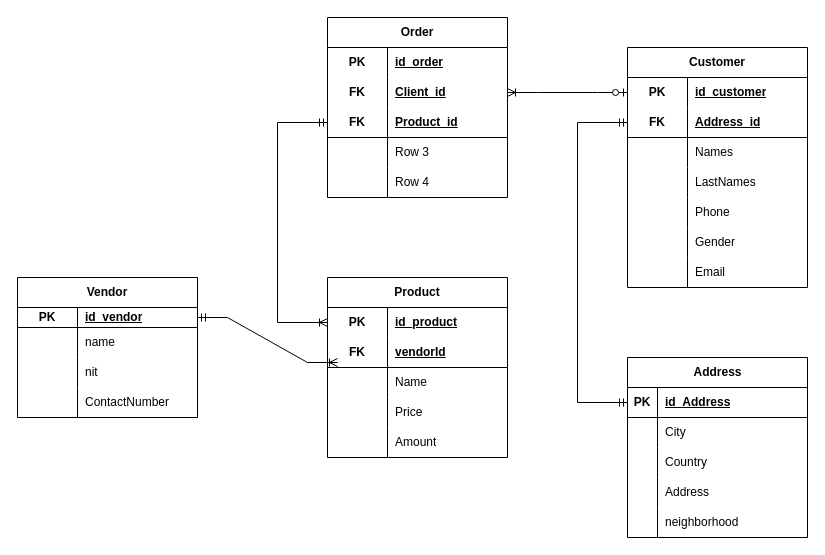
Before: Diagrama sin título.drawio in MariaMarL/ERD_hacking, a draw.io diagram. Source tidied: cells renumbered, new cells numbered last; positions are measured from the earlier drawing's top-left corner, leaving out a move shared by most shapes. Both pictures are drawn from the tidied source at 100%, with x=0, y=0 at pixel (17, 17).
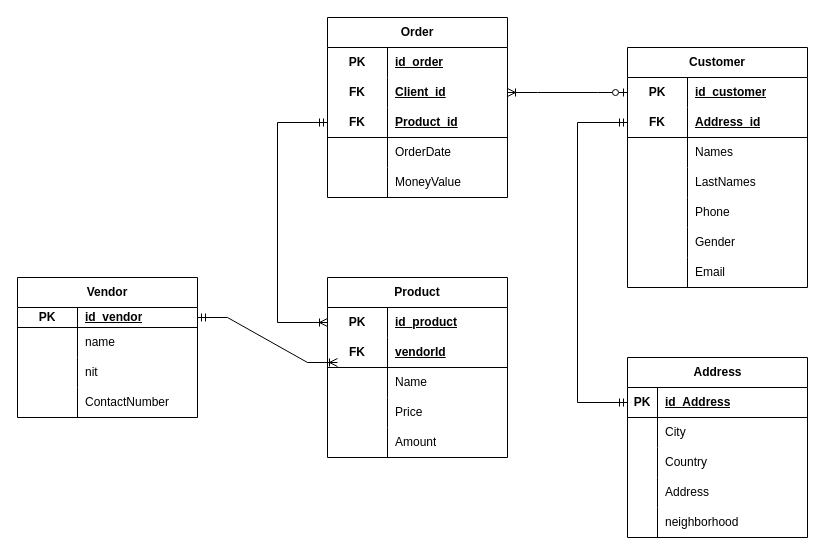
The same diagram, later.

Unchanged cells that the change refers to:
```xml
<mxCell id="41" style="shape=tableRow;horizontal=0;startSize=0;swimlaneHead=0;swimlaneBody=0;fillColor=none;top=0;left=0;right=0;bottom=0;html=1;" parent="31" vertex="1">
  <mxGeometry y="120" width="180" height="30" as="geometry" />
</mxCell>
<mxCell id="44" style="shape=tableRow;horizontal=0;startSize=0;swimlaneHead=0;swimlaneBody=0;fillColor=none;top=0;left=0;right=0;bottom=0;html=1;" parent="31" vertex="1">
  <mxGeometry y="150" width="180" height="30" as="geometry" />
</mxCell>
```

Change to the diagram source:
```diff
@@
-    <mxCell id="43" value="Row 3" style="shape=partialRectangle;fillColor=none;top=0;left=0;bottom=0;right=0;align=left;spacingLeft=6;overflow=hidden;html=1;whiteSpace=wrap;" parent="41" vertex="1">
+    <mxCell id="43" value="OrderDate" style="shape=partialRectangle;fillColor=none;top=0;left=0;bottom=0;right=0;align=left;spacingLeft=6;overflow=hidden;html=1;whiteSpace=wrap;" parent="41" vertex="1">
       <mxGeometry x="60" width="120" height="30" as="geometry" />
     </mxCell>
@@
-    <mxCell id="46" value="Row 4" style="shape=partialRectangle;fillColor=none;top=0;left=0;bottom=0;right=0;align=left;spacingLeft=6;overflow=hidden;html=1;whiteSpace=wrap;" parent="44" vertex="1">
+    <mxCell id="46" value="MoneyValue" style="shape=partialRectangle;fillColor=none;top=0;left=0;bottom=0;right=0;align=left;spacingLeft=6;overflow=hidden;html=1;whiteSpace=wrap;" parent="44" vertex="1">
       <mxGeometry x="60" width="120" height="30" as="geometry" />
     </mxCell>
```
